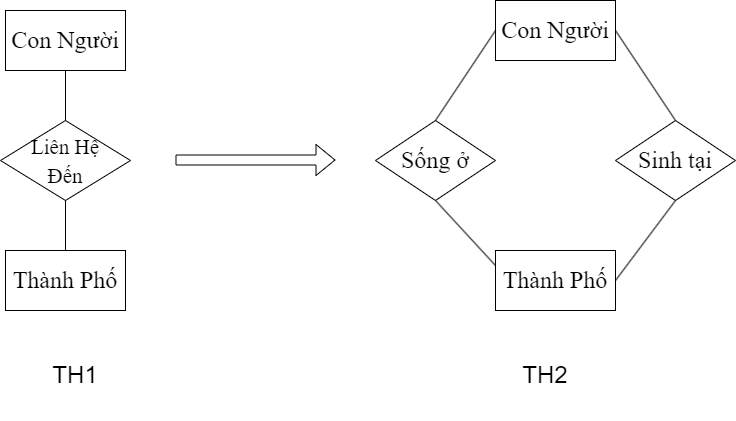
datnham0212/learning keeps this draw.io diagram as Luật thứ tư(trên xuống).png. Above is the earlier version. Source tidied: cells renumbered, new cells last; positions are measured from the earlier drawing's top-left corner, leaving out a move shared by most shapes.
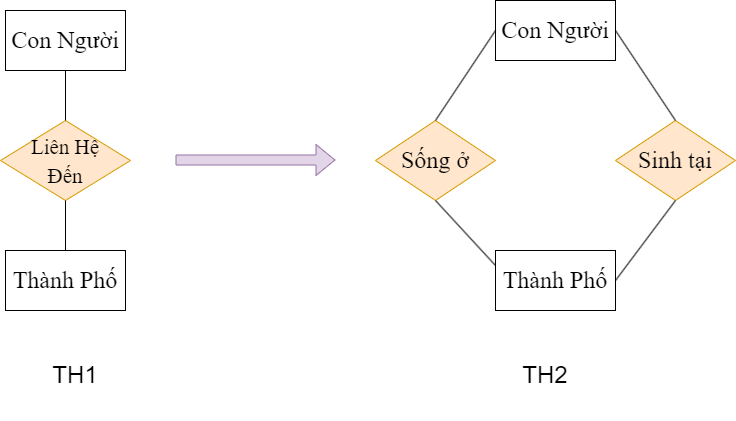
The same diagram one commit later.

Diff of the diagram source:
```diff
@@ -11,13 +11,13 @@
     <mxCell id="4" value="Thành Phố" style="rounded=0;whiteSpace=wrap;html=1;fontFamily=Times New Roman;fontSize=24;" parent="1" vertex="1">
       <mxGeometry x="495" y="250" width="120" height="60" as="geometry" />
     </mxCell>
-    <mxCell id="5" style="shape=flexArrow;endArrow=classic;html=1;rounded=0;fontFamily=Times New Roman;fontSize=24;" parent="1" edge="1">
+    <mxCell id="5" style="shape=flexArrow;endArrow=classic;html=1;rounded=0;fontFamily=Times New Roman;fontSize=24;fillColor=#e1d5e7;strokeColor=#9673a6;" parent="1" edge="1">
       <mxGeometry relative="1" as="geometry">
         <mxPoint x="175" y="159.5" as="sourcePoint" />
         <mxPoint x="335" y="159.5" as="targetPoint" />
       </mxGeometry>
     </mxCell>
-    <mxCell id="6" value="Sống ở" style="rhombus;whiteSpace=wrap;html=1;fontFamily=Times New Roman;fontSize=24;" parent="1" vertex="1">
+    <mxCell id="6" value="Sống ở" style="rhombus;whiteSpace=wrap;html=1;fontFamily=Times New Roman;fontSize=24;fillColor=#ffe6cc;strokeColor=#d79b00;" parent="1" vertex="1">
       <mxGeometry x="375" y="120" width="120" height="80" as="geometry" />
     </mxCell>
     <mxCell id="7" style="endArrow=none;html=1;rounded=0;entryX=0;entryY=0.5;entryDx=0;entryDy=0;fontFamily=Times New Roman;fontSize=24;exitX=0.5;exitY=0;exitDx=0;exitDy=0;" parent="1" edge="1" source="6" target="3">
@@ -29,7 +29,7 @@
     <mxCell id="9" value="Thành Phố" style="rounded=0;whiteSpace=wrap;html=1;fontFamily=Times New Roman;fontSize=24;" parent="1" vertex="1">
       <mxGeometry x="5" y="250" width="120" height="60" as="geometry" />
     </mxCell>
-    <mxCell id="10" value="&lt;font style=&quot;font-size: 21px;&quot;&gt;Liên Hệ &lt;br&gt;Đến&lt;/font&gt;" style="rhombus;whiteSpace=wrap;html=1;fontFamily=Times New Roman;fontSize=24;" parent="1" vertex="1">
+    <mxCell id="10" value="&lt;font style=&quot;font-size: 21px;&quot;&gt;Liên Hệ &lt;br&gt;Đến&lt;/font&gt;" style="rhombus;whiteSpace=wrap;html=1;fontFamily=Times New Roman;fontSize=24;fillColor=#ffe6cc;strokeColor=#d79b00;" parent="1" vertex="1">
       <mxGeometry y="120" width="130" height="80" as="geometry" />
     </mxCell>
     <mxCell id="11" style="endArrow=none;html=1;rounded=0;entryX=0.5;entryY=1;entryDx=0;entryDy=0;exitX=0.5;exitY=0;exitDx=0;exitDy=0;" parent="1" edge="1" source="10" target="2">
@@ -41,7 +41,7 @@
     <mxCell id="13" style="edgeStyle=orthogonalEdgeStyle;rounded=0;orthogonalLoop=1;jettySize=auto;html=1;exitX=0.5;exitY=1;exitDx=0;exitDy=0;" parent="1" edge="1" source="10" target="10">
       <mxGeometry relative="1" as="geometry" />
     </mxCell>
-    <mxCell id="14" value="Sinh tại" style="rhombus;whiteSpace=wrap;html=1;fontFamily=Times New Roman;fontSize=24;" parent="1" vertex="1">
+    <mxCell id="14" value="Sinh tại" style="rhombus;whiteSpace=wrap;html=1;fontFamily=Times New Roman;fontSize=24;fillColor=#ffe6cc;strokeColor=#d79b00;" parent="1" vertex="1">
       <mxGeometry x="615" y="120" width="120" height="80" as="geometry" />
     </mxCell>
     <mxCell id="15" style="endArrow=none;html=1;rounded=0;entryX=0.5;entryY=0;entryDx=0;entryDy=0;fontFamily=Times New Roman;fontSize=24;exitX=0.5;exitY=0;exitDx=0;exitDy=0;" parent="1" edge="1" target="14">
```
